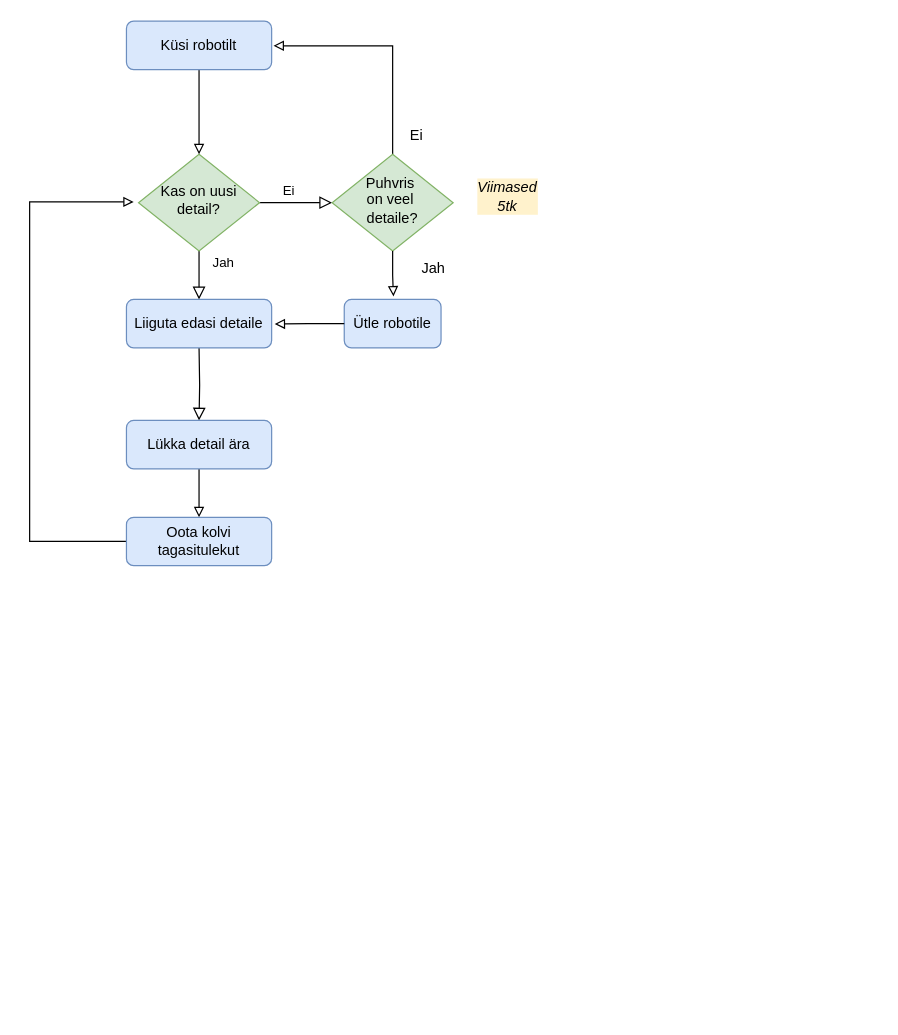
Earlier version of the draw.io diagram Skeemid/Vooskeem.drawio (taunoe/etteande-automatiseerimine-2025). Source tidied: cells renumbered, new cells numbered last; positions are measured from the earlier drawing's top-left corner, leaving out a move shared by most shapes. Both pictures are drawn from the tidied source at 121%, with x=0, y=0 at pixel (29, 21).
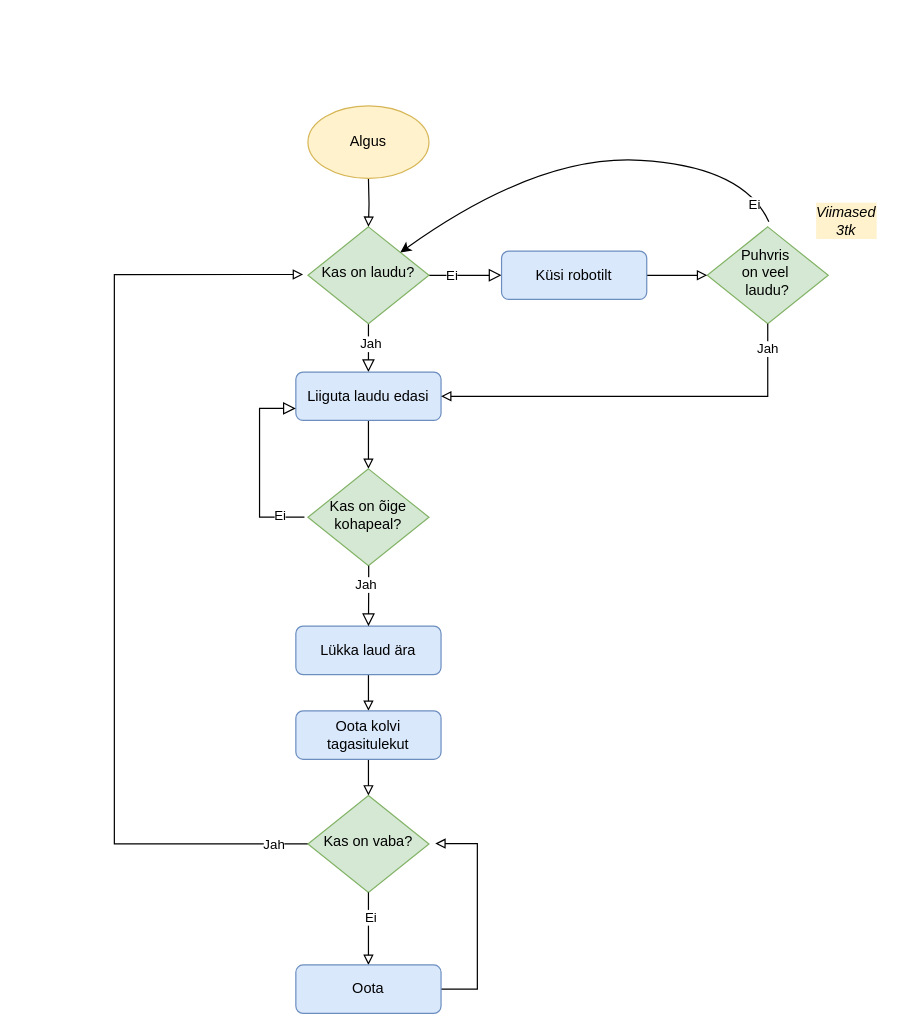
The same diagram, later.

What changed in the source:
```diff
@@
-    <mxCell id="2" value="Jah" style="rounded=0;html=1;jettySize=auto;fontSize=11;endArrow=block;endFill=0;endSize=8;strokeWidth=1;shadow=0;labelBackgroundColor=none;edgeStyle=orthogonalEdgeStyle;" parent="1" edge="1" source="4">
+    <mxCell id="2" style="rounded=0;html=1;jettySize=auto;fontSize=11;endArrow=block;endFill=0;endSize=8;strokeWidth=1;shadow=0;labelBackgroundColor=none;edgeStyle=orthogonalEdgeStyle;" parent="1" edge="1" source="4">
       <mxGeometry x="-0.51" y="20" relative="1" as="geometry">
-        <mxPoint x="140" y="230" as="targetPoint" />
+        <mxPoint x="280" y="290" as="targetPoint" />
       </mxGeometry>
     </mxCell>
+    <mxCell id="21" value="Jah" style="edgeLabel;html=1;align=center;verticalAlign=middle;" parent="2" vertex="1">
+      <mxGeometry x="-0.21" y="1" relative="1" as="geometry" />
+    </mxCell>
-    <mxCell id="3" value="Ei" style="edgeStyle=orthogonalEdgeStyle;rounded=0;html=1;jettySize=auto;fontSize=11;endArrow=block;endFill=0;endSize=8;strokeWidth=1;shadow=0;labelBackgroundColor=none;" parent="1" edge="1" source="4">
+    <mxCell id="3" style="edgeStyle=orthogonalEdgeStyle;rounded=0;html=1;jettySize=auto;fontSize=11;endArrow=block;endFill=0;endSize=8;strokeWidth=1;shadow=0;labelBackgroundColor=none;" parent="1" edge="1" source="4">
       <mxGeometry x="-0.2" y="10" relative="1" as="geometry">
-        <mxPoint x="250" y="150" as="targetPoint" />
+        <mxPoint x="390" y="210" as="targetPoint" />
       </mxGeometry>
     </mxCell>
+    <mxCell id="22" value="Ei" style="edgeLabel;html=1;align=center;verticalAlign=middle;" parent="3" vertex="1">
+      <mxGeometry x="-0.41" y="1" relative="1" as="geometry" />
+    </mxCell>
-    <mxCell id="4" value="Kas on uusi detail?" style="rhombus;whiteSpace=wrap;html=1;shadow=0;fontFamily=Helvetica;fontSize=12;align=center;strokeWidth=1;spacing=6;spacingTop=-4;fillColor=#d5e8d4;strokeColor=#82b366;" parent="1" vertex="1">
-      <mxGeometry x="90" y="110" width="100" height="80" as="geometry" />
+    <mxCell id="4" value="Kas on laudu?" style="rhombus;whiteSpace=wrap;html=1;shadow=0;fontFamily=Helvetica;fontSize=12;align=center;strokeWidth=1;spacing=6;spacingTop=-4;fillColor=#d5e8d4;strokeColor=#82b366;" parent="1" vertex="1">
+      <mxGeometry x="230" y="170" width="100" height="80" as="geometry" />
     </mxCell>
-    <mxCell id="5" style="rounded=0;html=1;jettySize=auto;fontSize=11;endArrow=block;endFill=0;endSize=8;strokeWidth=1;shadow=0;labelBackgroundColor=none;edgeStyle=orthogonalEdgeStyle;" parent="1" edge="1" target="7">
-      <mxGeometry x="0.33" y="20" relative="1" as="geometry">
-        <mxPoint x="140" y="270" as="sourcePoint" />
-      </mxGeometry>
-    </mxCell>
-    <mxCell id="6" style="edgeStyle=orthogonalEdgeStyle;rounded=0;jettySize=auto;html=1;entryX=0.5;entryY=0;entryDx=0;entryDy=0;endArrow=block;endFill=0;" parent="1" edge="1" source="7" target="20">
-      <mxGeometry relative="1" as="geometry" />
-    </mxCell>
+    <mxCell id="23" style="edgeStyle=orthogonalEdgeStyle;rounded=0;jettySize=auto;html=1;entryX=0.5;entryY=0;entryDx=0;entryDy=0;endArrow=block;endFill=0;" parent="1" edge="1" source="7">
+      <mxGeometry relative="1" as="geometry">
+        <mxPoint x="280" y="570" as="targetPoint" />
+      </mxGeometry>
+    </mxCell>
-    <mxCell id="7" value="Lükka detail ära" style="rounded=1;whiteSpace=wrap;html=1;fontSize=12;glass=0;strokeWidth=1;shadow=0;fillColor=#dae8fc;strokeColor=#6c8ebf;" parent="1" vertex="1">
-      <mxGeometry x="80" y="330" width="120" height="40" as="geometry" />
+    <mxCell id="7" value="Lükka laud ära" style="rounded=1;whiteSpace=wrap;html=1;fontSize=12;glass=0;strokeWidth=1;shadow=0;fillColor=#dae8fc;strokeColor=#6c8ebf;" parent="1" vertex="1">
+      <mxGeometry x="220" y="500" width="120" height="40" as="geometry" />
     </mxCell>
+    <mxCell id="24" style="edgeStyle=orthogonalEdgeStyle;rounded=0;jettySize=auto;html=1;entryX=0.5;entryY=0;entryDx=0;entryDy=0;endArrow=block;endFill=0;" parent="1" edge="1" source="8" target="29">
+      <mxGeometry relative="1" as="geometry" />
+    </mxCell>
-    <mxCell id="8" value="Liiguta edasi detaile" style="rounded=1;whiteSpace=wrap;html=1;fontSize=12;glass=0;strokeWidth=1;shadow=0;fillColor=#dae8fc;strokeColor=#6c8ebf;" parent="1" vertex="1">
-      <mxGeometry x="80" y="230" width="120" height="40" as="geometry" />
+    <mxCell id="8" value="Liiguta laudu edasi" style="rounded=1;whiteSpace=wrap;html=1;fontSize=12;glass=0;strokeWidth=1;shadow=0;fillColor=#dae8fc;strokeColor=#6c8ebf;" parent="1" vertex="1">
+      <mxGeometry x="220" y="290" width="120" height="40" as="geometry" />
     </mxCell>
-    <mxCell id="9" style="edgeStyle=orthogonalEdgeStyle;rounded=0;jettySize=auto;html=1;endArrow=block;endFill=0;entryX=1.013;entryY=0.509;entryDx=0;entryDy=0;entryPerimeter=0;" parent="1" edge="1" source="10" target="14">
-      <mxGeometry relative="1" as="geometry">
-        <Array as="points">
-          <mxPoint x="300" y="20" />
-        </Array>
-      </mxGeometry>
-    </mxCell>
-    <mxCell id="10" value="&lt;div&gt;Puhvris&amp;nbsp;&lt;/div&gt;&lt;div&gt;on veel&amp;nbsp;&lt;/div&gt;&lt;div&gt;detaile?&lt;/div&gt;" style="rhombus;whiteSpace=wrap;html=1;shadow=0;fontFamily=Helvetica;fontSize=12;align=center;strokeWidth=1;spacing=6;spacingTop=-4;fillColor=#d5e8d4;strokeColor=#82b366;" parent="1" vertex="1">
-      <mxGeometry x="250" y="110" width="100" height="80" as="geometry" />
+    <mxCell id="10" value="&lt;div&gt;Puhvris&amp;nbsp;&lt;/div&gt;&lt;div&gt;on veel&amp;nbsp;&lt;/div&gt;&lt;div&gt;laudu?&lt;/div&gt;" style="rhombus;whiteSpace=wrap;html=1;shadow=0;fontFamily=Helvetica;fontSize=12;align=center;strokeWidth=1;spacing=6;spacingTop=-4;fillColor=#d5e8d4;strokeColor=#82b366;" parent="1" vertex="1">
+      <mxGeometry x="560" y="170" width="100" height="80" as="geometry" />
     </mxCell>
-    <mxCell id="11" value="&lt;i&gt;Viimased 5tk&lt;/i&gt;" style="text;html=1;align=center;verticalAlign=middle;whiteSpace=wrap;rounded=0;fillColor=#fff2cc;strokeColor=none;gradientColor=none;dashed=1;dashPattern=1 4;" parent="1" vertex="1">
-      <mxGeometry x="370" y="130" width="50" height="30" as="geometry" />
+    <mxCell id="11" value="&lt;i&gt;Viimased 3tk&lt;/i&gt;" style="text;html=1;align=center;verticalAlign=middle;whiteSpace=wrap;rounded=0;fillColor=#fff2cc;strokeColor=none;gradientColor=none;dashed=1;dashPattern=1 4;" parent="1" vertex="1">
+      <mxGeometry x="650" y="150" width="50" height="30" as="geometry" />
     </mxCell>
-    <mxCell id="12" value="Jah" style="text;html=1;align=center;verticalAlign=middle;whiteSpace=wrap;rounded=0;" parent="1" vertex="1">
-      <mxGeometry x="304" y="190" width="60" height="30" as="geometry" />
-    </mxCell>
-    <mxCell id="13" style="edgeStyle=orthogonalEdgeStyle;rounded=0;jettySize=auto;html=1;entryX=0.5;entryY=0;entryDx=0;entryDy=0;endArrow=block;endFill=0;" parent="1" edge="1" source="14" target="4">
-      <mxGeometry relative="1" as="geometry" />
-    </mxCell>
+    <mxCell id="25" style="edgeStyle=orthogonalEdgeStyle;rounded=0;jettySize=auto;html=1;endArrow=block;endFill=0;" parent="1" edge="1" source="14">
+      <mxGeometry relative="1" as="geometry">
+        <mxPoint x="560" y="210" as="targetPoint" />
+      </mxGeometry>
+    </mxCell>
     <mxCell id="14" value="Küsi robotilt" style="rounded=1;whiteSpace=wrap;html=1;fontSize=12;glass=0;strokeWidth=1;shadow=0;fillColor=#dae8fc;strokeColor=#6c8ebf;" parent="1" vertex="1">
-      <mxGeometry x="80" width="120" height="40" as="geometry" />
+      <mxGeometry x="390" y="190" width="120" height="40" as="geometry" />
     </mxCell>
-    <mxCell id="15" value="Ei" style="text;html=1;align=center;verticalAlign=middle;whiteSpace=wrap;rounded=0;" parent="1" vertex="1">
-      <mxGeometry x="290" y="80" width="60" height="30" as="geometry" />
-    </mxCell>
-    <mxCell id="16" value="Ütle robotile" style="rounded=1;whiteSpace=wrap;html=1;fontSize=12;glass=0;strokeWidth=1;shadow=0;fillColor=#dae8fc;strokeColor=#6c8ebf;" parent="1" vertex="1">
-      <mxGeometry x="260" y="230" width="80" height="40" as="geometry" />
-    </mxCell>
-    <mxCell id="17" style="edgeStyle=orthogonalEdgeStyle;rounded=0;jettySize=auto;html=1;entryX=0.508;entryY=-0.063;entryDx=0;entryDy=0;entryPerimeter=0;endArrow=block;endFill=0;" parent="1" edge="1" source="10" target="16">
-      <mxGeometry relative="1" as="geometry" />
+    <mxCell id="17" style="edgeStyle=orthogonalEdgeStyle;rounded=0;jettySize=auto;html=1;endArrow=block;endFill=0;entryX=1;entryY=0.5;entryDx=0;entryDy=0;" parent="1" edge="1" source="10" target="8">
+      <mxGeometry relative="1" as="geometry">
+        <Array as="points">
+          <mxPoint x="610" y="310" />
+        </Array>
+      </mxGeometry>
     </mxCell>
-    <mxCell id="18" style="edgeStyle=orthogonalEdgeStyle;rounded=0;jettySize=auto;html=1;entryX=1.021;entryY=0.507;entryDx=0;entryDy=0;entryPerimeter=0;endArrow=block;endFill=0;" parent="1" edge="1" source="16" target="8">
-      <mxGeometry relative="1" as="geometry" />
-    </mxCell>
+    <mxCell id="26" value="Jah" style="edgeLabel;html=1;align=center;verticalAlign=middle;" parent="17" vertex="1">
+      <mxGeometry x="-0.88" y="-1" relative="1" as="geometry" />
+    </mxCell>
-    <mxCell id="19" style="edgeStyle=orthogonalEdgeStyle;rounded=0;jettySize=auto;html=1;entryX=-0.04;entryY=0.492;entryDx=0;entryDy=0;entryPerimeter=0;endArrow=block;endFill=0;" parent="1" edge="1" source="20" target="4">
+    <mxCell id="19" style="edgeStyle=orthogonalEdgeStyle;rounded=0;jettySize=auto;html=1;entryX=-0.04;entryY=0.492;entryDx=0;entryDy=0;entryPerimeter=0;endArrow=block;endFill=0;" parent="1" edge="1" source="34" target="4">
       <mxGeometry relative="1" as="geometry">
         <Array as="points">
-          <mxPoint y="430" />
-          <mxPoint y="149" />
+          <mxPoint x="70" y="680" />
+          <mxPoint x="70" y="209" />
         </Array>
       </mxGeometry>
     </mxCell>
+    <mxCell id="27" value="Jah" style="edgeLabel;html=1;align=center;verticalAlign=middle;" parent="19" vertex="1">
+      <mxGeometry x="-0.96" y="-1" relative="1" as="geometry">
+        <mxPoint x="-13" y="1" as="offset" />
+      </mxGeometry>
+    </mxCell>
+    <mxCell id="28" style="edgeStyle=orthogonalEdgeStyle;rounded=0;jettySize=auto;html=1;endArrow=block;endFill=0;" parent="1" edge="1" source="20" target="34">
+      <mxGeometry relative="1" as="geometry" />
+    </mxCell>
     <mxCell id="20" value="Oota kolvi tagasitulekut" style="rounded=1;whiteSpace=wrap;html=1;fontSize=12;glass=0;strokeWidth=1;shadow=0;fillColor=#dae8fc;strokeColor=#6c8ebf;" parent="1" vertex="1">
-      <mxGeometry x="80" y="410" width="120" height="40" as="geometry" />
+      <mxGeometry x="220" y="570" width="120" height="40" as="geometry" />
     </mxCell>
+    <mxCell id="29" value="Kas on õige kohapeal?" style="rhombus;whiteSpace=wrap;html=1;shadow=0;fontFamily=Helvetica;fontSize=12;align=center;strokeWidth=1;spacing=6;spacingTop=-4;fillColor=#d5e8d4;strokeColor=#82b366;" parent="1" vertex="1">
+      <mxGeometry x="230" y="370" width="100" height="80" as="geometry" />
+    </mxCell>
+    <mxCell id="30" style="rounded=0;html=1;jettySize=auto;orthogonalLoop=1;fontSize=11;endArrow=block;endFill=0;endSize=8;strokeWidth=1;shadow=0;labelBackgroundColor=none;edgeStyle=orthogonalEdgeStyle;" parent="1" edge="1">
+      <mxGeometry x="-0.2" y="20" relative="1" as="geometry">
+        <mxPoint x="280.2" y="450" as="sourcePoint" />
+        <mxPoint x="280" y="500" as="targetPoint" />
+        <Array as="points">
+          <mxPoint x="280" y="470" />
+          <mxPoint x="280" y="470" />
+        </Array>
+      </mxGeometry>
+    </mxCell>
+    <mxCell id="31" value="Jah" style="edgeLabel;html=1;align=center;verticalAlign=middle;" parent="30" vertex="1">
+      <mxGeometry x="-0.39" y="-3" relative="1" as="geometry" />
+    </mxCell>
+    <mxCell id="32" style="edgeStyle=orthogonalEdgeStyle;rounded=0;html=1;jettySize=auto;fontSize=11;endArrow=block;endFill=0;endSize=8;strokeWidth=1;shadow=0;labelBackgroundColor=none;exitX=-0.029;exitY=0.498;exitDx=0;exitDy=0;exitPerimeter=0;entryX=0;entryY=0.75;entryDx=0;entryDy=0;" parent="1" edge="1" source="29" target="8">
+      <mxGeometry x="-0.75" y="10" relative="1" as="geometry">
+        <Array as="points">
+          <mxPoint x="190" y="410" />
+          <mxPoint x="190" y="320" />
+        </Array>
+      </mxGeometry>
+    </mxCell>
+    <mxCell id="33" value="Ei" style="edgeLabel;html=1;align=center;verticalAlign=middle;" parent="32" vertex="1">
+      <mxGeometry x="-0.73" y="-1" relative="1" as="geometry" />
+    </mxCell>
+    <mxCell id="34" value="Kas on vaba?" style="rhombus;whiteSpace=wrap;html=1;shadow=0;fontFamily=Helvetica;fontSize=12;align=center;strokeWidth=1;spacing=6;spacingTop=-4;fillColor=#d5e8d4;strokeColor=#82b366;" parent="1" vertex="1">
+      <mxGeometry x="230" y="640" width="100" height="80" as="geometry" />
+    </mxCell>
+    <mxCell id="35" style="edgeStyle=orthogonalEdgeStyle;rounded=0;jettySize=auto;html=1;entryX=1.052;entryY=0.496;entryDx=0;entryDy=0;entryPerimeter=0;endArrow=block;endFill=0;" parent="1" edge="1" source="39" target="34">
+      <mxGeometry relative="1" as="geometry">
+        <Array as="points">
+          <mxPoint x="370" y="800" />
+          <mxPoint x="370" y="680" />
+        </Array>
+      </mxGeometry>
+    </mxCell>
+    <mxCell id="36" style="edgeStyle=orthogonalEdgeStyle;rounded=0;jettySize=auto;html=1;entryX=0.5;entryY=0;entryDx=0;entryDy=0;endArrow=block;endFill=0;" parent="1" edge="1" target="4">
+      <mxGeometry relative="1" as="geometry">
+        <mxPoint x="280" y="130" as="sourcePoint" />
+      </mxGeometry>
+    </mxCell>
+    <mxCell id="37" style="edgeStyle=orthogonalEdgeStyle;rounded=0;jettySize=auto;html=1;endArrow=block;endFill=0;" parent="1" edge="1" source="34" target="39">
+      <mxGeometry relative="1" as="geometry" />
+    </mxCell>
+    <mxCell id="38" value="Ei" style="edgeLabel;html=1;align=center;verticalAlign=middle;" parent="37" vertex="1">
+      <mxGeometry x="-0.35" y="1" relative="1" as="geometry" />
+    </mxCell>
+    <mxCell id="39" value="Oota" style="rounded=1;whiteSpace=wrap;html=1;fontSize=12;glass=0;strokeWidth=1;shadow=0;fillColor=#dae8fc;strokeColor=#6c8ebf;" parent="1" vertex="1">
+      <mxGeometry x="220" y="780" width="120" height="40" as="geometry" />
+    </mxCell>
+    <mxCell id="40" value="Algus" style="ellipse;whiteSpace=wrap;html=1;fillColor=#fff2cc;strokeColor=#d6b656;" parent="1" vertex="1">
+      <mxGeometry x="230" y="70" width="100" height="60" as="geometry" />
+    </mxCell>
+    <mxCell id="41" style="curved=1;endArrow=classic;html=1;rounded=0;exitX=0.509;exitY=-0.054;exitDx=0;exitDy=0;exitPerimeter=0;" parent="1" edge="1" source="10" target="4">
+      <mxGeometry relative="1" as="geometry">
+        <Array as="points">
+          <mxPoint x="590" y="120" />
+          <mxPoint x="420" y="110" />
+        </Array>
+      </mxGeometry>
+    </mxCell>
+    <mxCell id="42" value="Ei" style="edgeLabel;html=1;align=center;verticalAlign=middle;" parent="41" vertex="1">
+      <mxGeometry x="-0.9" y="5" relative="1" as="geometry" />
+    </mxCell>
```
